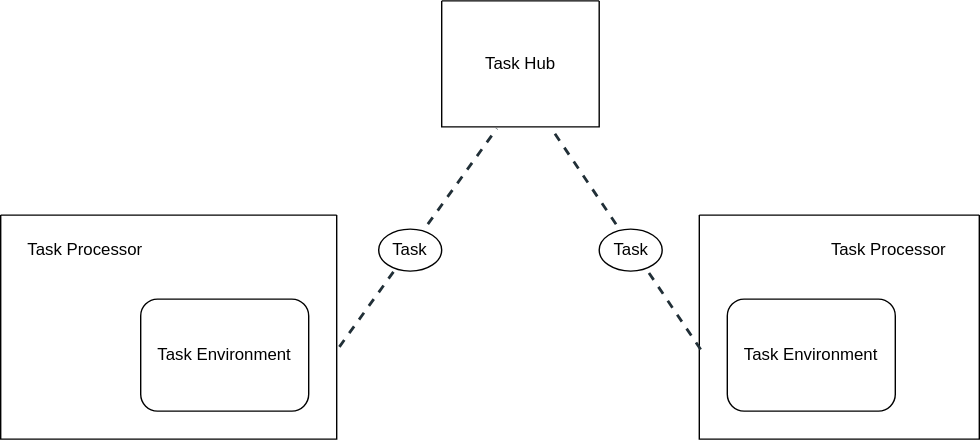
The draw.io diagram Task.drawio.svg in BlackSpider8391/TaskFlow, before a commit. Source tidied: cells renumbered, new cells last; positions are measured from the earlier drawing's top-left corner, leaving out a move shared by most shapes.
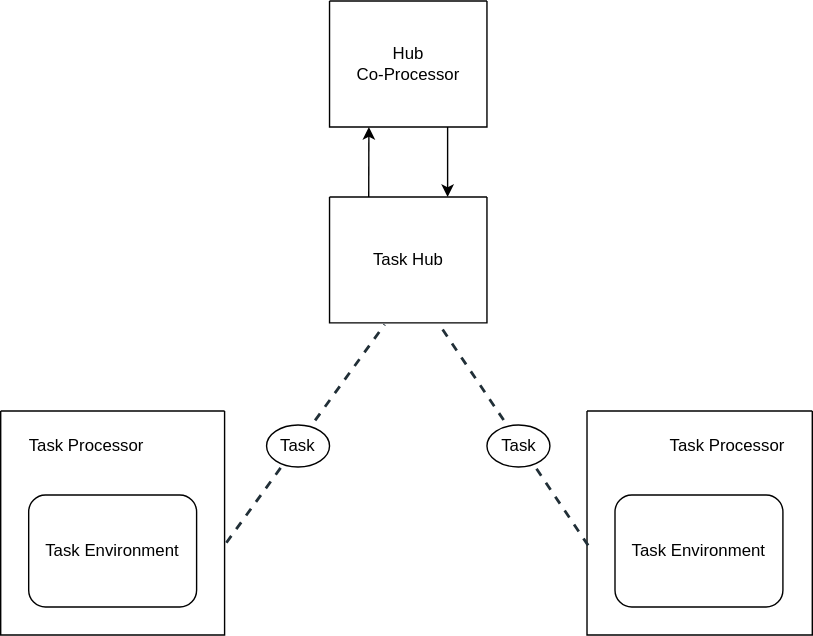
Above is the later version.

What changed in the source:
```diff
@@ -3,22 +3,16 @@
     <mxCell id="0" />
     <mxCell id="1" parent="0" />
     <mxCell id="2" style="swimlane;startSize=0;" parent="1" vertex="1">
-      <mxGeometry y="153" width="240" height="160" as="geometry" />
+      <mxGeometry x="80" y="153" width="160" height="160" as="geometry" />
     </mxCell>
-    <mxCell id="3" value="Task Environment" style="rounded=1;whiteSpace=wrap;html=1;" parent="2" vertex="1">
-      <mxGeometry x="100" y="60" width="120" height="80" as="geometry" />
-    </mxCell>
     <mxCell id="4" value="Task Processor" style="text;html=1;align=center;verticalAlign=middle;strokeColor=none;fillColor=none;" parent="2" vertex="1">
-      <mxGeometry x="5" y="10" width="110" height="30" as="geometry" />
+      <mxGeometry x="6" y="10" width="110" height="30" as="geometry" />
     </mxCell>
     <mxCell id="5" style="swimlane;startSize=0;" parent="1" vertex="1">
-      <mxGeometry x="499" y="153" width="200" height="160" as="geometry" />
+      <mxGeometry x="499" y="153" width="161" height="160" as="geometry" />
     </mxCell>
-    <mxCell id="6" value="Task Environment" style="rounded=1;whiteSpace=wrap;html=1;" parent="5" vertex="1">
-      <mxGeometry x="20" y="60" width="120" height="80" as="geometry" />
-    </mxCell>
     <mxCell id="7" value="Task Processor" style="text;html=1;align=center;verticalAlign=middle;strokeColor=none;fillColor=none;" parent="5" vertex="1">
-      <mxGeometry x="80" y="10" width="110" height="30" as="geometry" />
+      <mxGeometry x="45" y="10" width="110" height="30" as="geometry" />
     </mxCell>
     <mxCell id="8" style="endArrow=none;dashed=1;html=1;strokeColor=#212f37;strokeWidth=2;fontFamily=Titillium Web;fontSize=18;fontColor=#212f37;elbow=vertical;exitX=1.008;exitY=0.588;exitDx=0;exitDy=0;entryX=0.35;entryY=1.013;entryDx=0;entryDy=0;entryPerimeter=0;exitPerimeter=0;" parent="1" edge="1" source="2" target="11">
       <mxGeometry relative="1" as="geometry" />
@@ -38,5 +32,25 @@
     <mxCell id="13" value="Task" style="ellipse;whiteSpace=wrap;html=1;" parent="1" vertex="1">
       <mxGeometry x="427.5" y="163" width="45" height="30" as="geometry" />
     </mxCell>
+    <mxCell id="14" style="swimlane;startSize=0;" parent="1" vertex="1">
+      <mxGeometry x="315" y="-140" width="112.5" height="90" as="geometry" />
+    </mxCell>
+    <mxCell id="15" value="Hub &lt;br&gt;Co-Processor" style="text;html=1;align=center;verticalAlign=middle;strokeColor=none;fillColor=none;" parent="14" vertex="1">
+      <mxGeometry x="6.2" y="25" width="100" height="40" as="geometry" />
+    </mxCell>
+    <mxCell id="16" style="endArrow=classic;html=1;rounded=0;entryX=0.25;entryY=1;entryDx=0;entryDy=0;" parent="1" edge="1" target="14">
+      <mxGeometry relative="1" as="geometry">
+        <mxPoint x="343" as="sourcePoint" />
+      </mxGeometry>
+    </mxCell>
+    <mxCell id="17" style="endArrow=classic;html=1;rounded=0;entryX=0.75;entryY=0;entryDx=0;entryDy=0;exitX=0.75;exitY=1;exitDx=0;exitDy=0;" parent="1" edge="1" source="14" target="11">
+      <mxGeometry relative="1" as="geometry" />
+    </mxCell>
+    <mxCell id="3" value="Task Environment" style="rounded=1;whiteSpace=wrap;html=1;" parent="1" vertex="1">
+      <mxGeometry x="100" y="213" width="120" height="80" as="geometry" />
+    </mxCell>
+    <mxCell id="6" value="Task Environment" style="rounded=1;whiteSpace=wrap;html=1;" parent="1" vertex="1">
+      <mxGeometry x="519" y="213" width="120" height="80" as="geometry" />
+    </mxCell>
   </root>
 </mxGraphModel>
```
